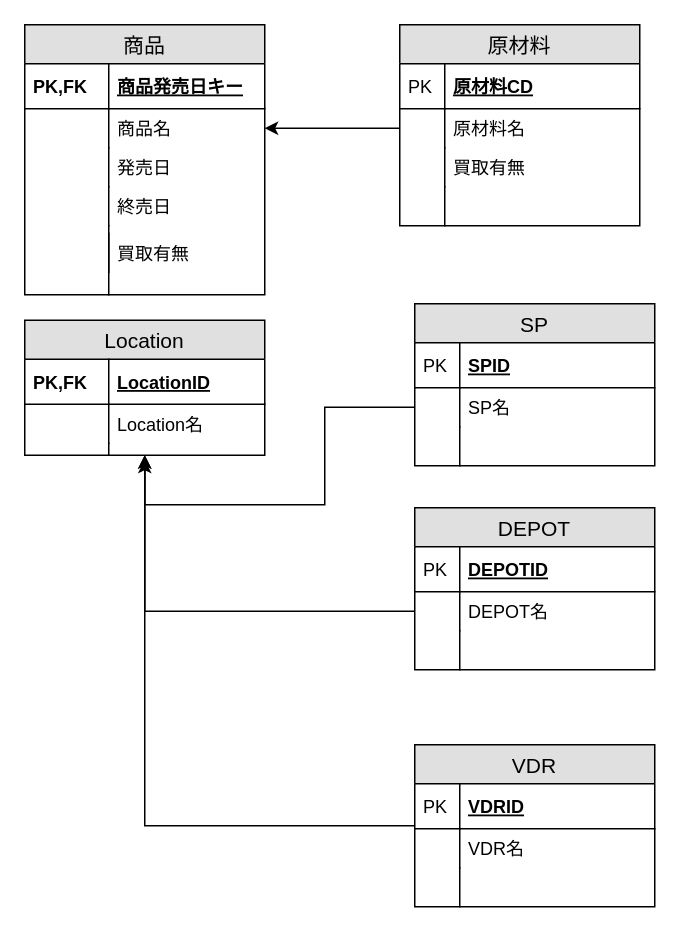
bishop6800/DEMO keeps this draw.io diagram as D22.drawio. Above is the earlier version. Source tidied: cells renumbered, new cells numbered last; positions are measured from the earlier drawing's top-left corner, leaving out a move shared by most shapes. Both pictures are drawn from the tidied source at 150%, with x=0, y=0 at pixel (24, 24).
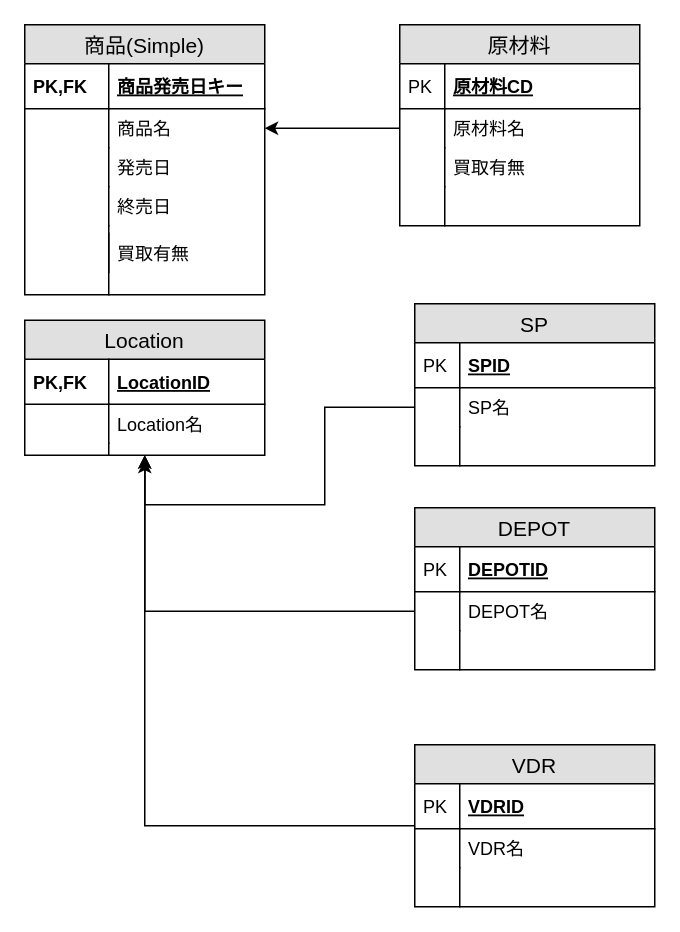
The same page after the edit.

The edit, as a diff of the source:
```diff
@@
-    <mxCell id="11" value="商品" style="swimlane;fontStyle=0;horizontal=1;startSize=26;fillColor=#e0e0e0;swimlaneFillColor=#ffffff;align=center;fontSize=14;" parent="1" vertex="1">
+    <mxCell id="11" value="商品(Simple)" style="swimlane;fontStyle=0;horizontal=1;startSize=26;fillColor=#e0e0e0;swimlaneFillColor=#ffffff;align=center;fontSize=14;" parent="1" vertex="1">
       <mxGeometry width="160" height="180" as="geometry" />
     </mxCell>
```
